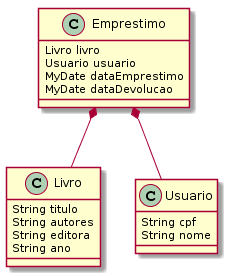
This is 06-biblioteca/diagrama-de-classes.png from hvescovi/programar2019, a PlantUML export, as it was before one commit. The source it was exported from:
```plantuml
@startuml
class Emprestimo {
  Livro livro
  Usuario usuario
  MyDate dataEmprestimo
  MyDate dataDevolucao
}

class Livro {
  String titulo
  String autores
  String editora
  String ano
}

class Usuario {
  String cpf
  String nome
}

Emprestimo *-- Livro
Emprestimo *-- Usuario
@enduml
```
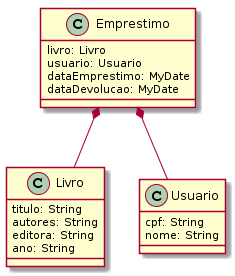
The same diagram one commit later.

Change to the diagram source:
```diff
@@ -1,21 +1,21 @@
 @startuml
 class Emprestimo {
-  Livro livro
-  Usuario usuario
-  MyDate dataEmprestimo
-  MyDate dataDevolucao
+  livro: Livro
+  usuario: Usuario
+  dataEmprestimo: MyDate
+  dataDevolucao: MyDate
 }
 
 class Livro {
-  String titulo
-  String autores
-  String editora
-  String ano
+  titulo: String
+  autores: String
+  editora: String
+  ano: String
 }
 
 class Usuario {
-  String cpf
-  String nome
+  cpf: String
+  nome: String
 }
 
 Emprestimo *-- Livro
```
